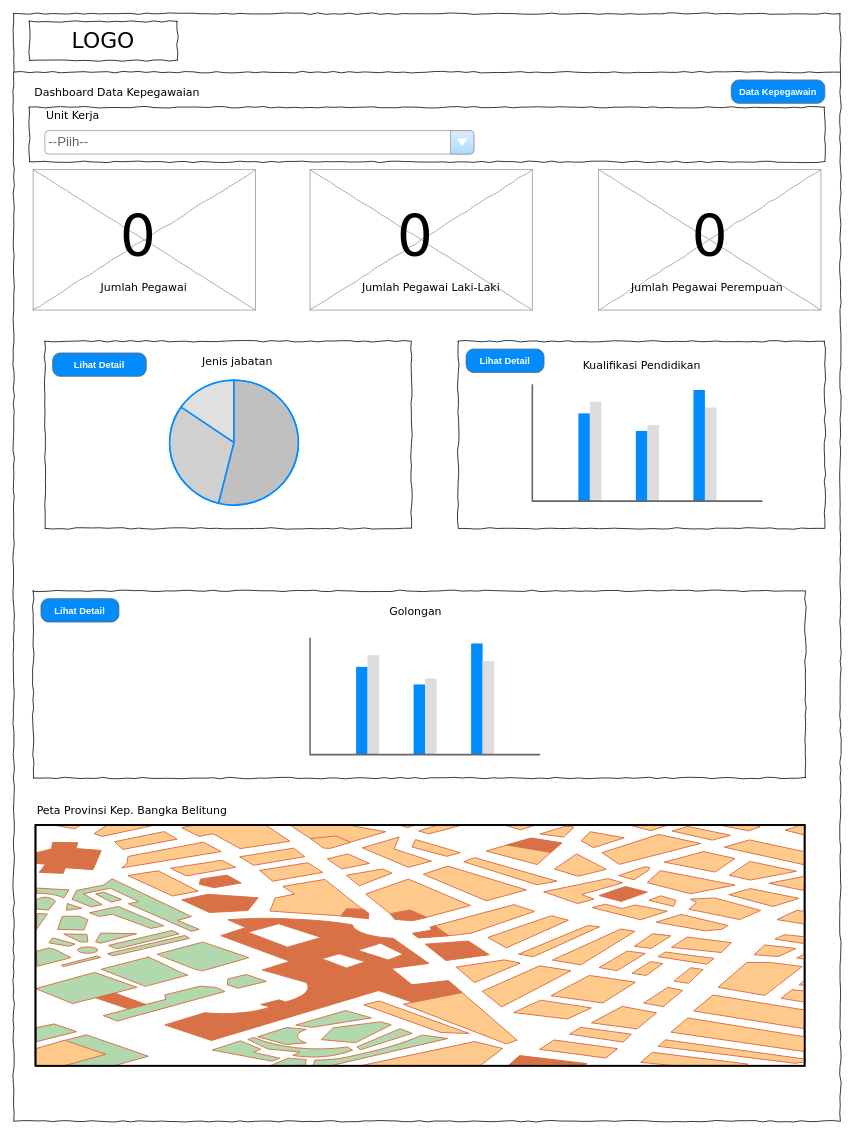
Above: Untitled Diagram.drawio in reezham/blog (draw.io), before the change. Source tidied: cells renumbered, new cells numbered last; positions are measured from the earlier drawing's top-left corner, leaving out a move shared by most shapes. Both pictures are drawn from the tidied source at 78%, with x=0, y=0 at pixel (13, 13).
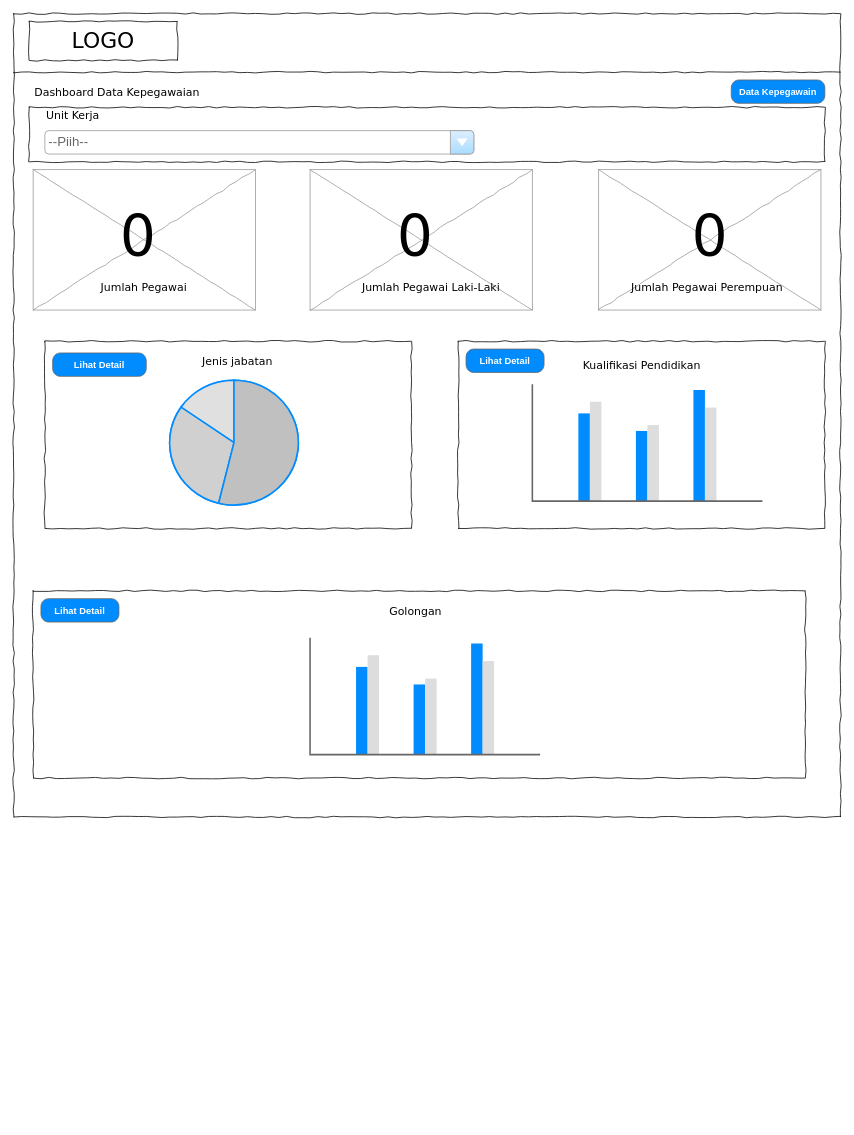
The same page after the edit.

Change to the diagram source:
```diff
@@
     <mxCell id="2" style="whiteSpace=wrap;html=1;rounded=0;shadow=0;labelBackgroundColor=none;strokeColor=#000000;strokeWidth=1;fillColor=none;fontFamily=Verdana;fontSize=12;fontColor=#000000;align=center;comic=1;" parent="1" vertex="1">
-      <mxGeometry width="1060" height="1420" as="geometry" />
+      <mxGeometry width="1060" height="1030" as="geometry" />
     </mxCell>
@@
-    <mxCell id="28" style="verticalLabelPosition=bottom;shadow=0;dashed=0;align=center;html=1;verticalAlign=top;strokeWidth=1;shape=mxgraph.mockup.misc.map;" parent="1" vertex="1">
-      <mxGeometry x="27.5" y="1040" width="990" height="310" as="geometry" />
-    </mxCell>
-    <mxCell id="29" value="Peta Provinsi Kep. Bangka Belitung" style="text;html=1;align=left;verticalAlign=top;spacingTop=-4;fontSize=14;fontFamily=Verdana;" parent="1" vertex="1">
-      <mxGeometry x="27.5" y="1010" width="70" height="20" as="geometry" />
-    </mxCell>
```
